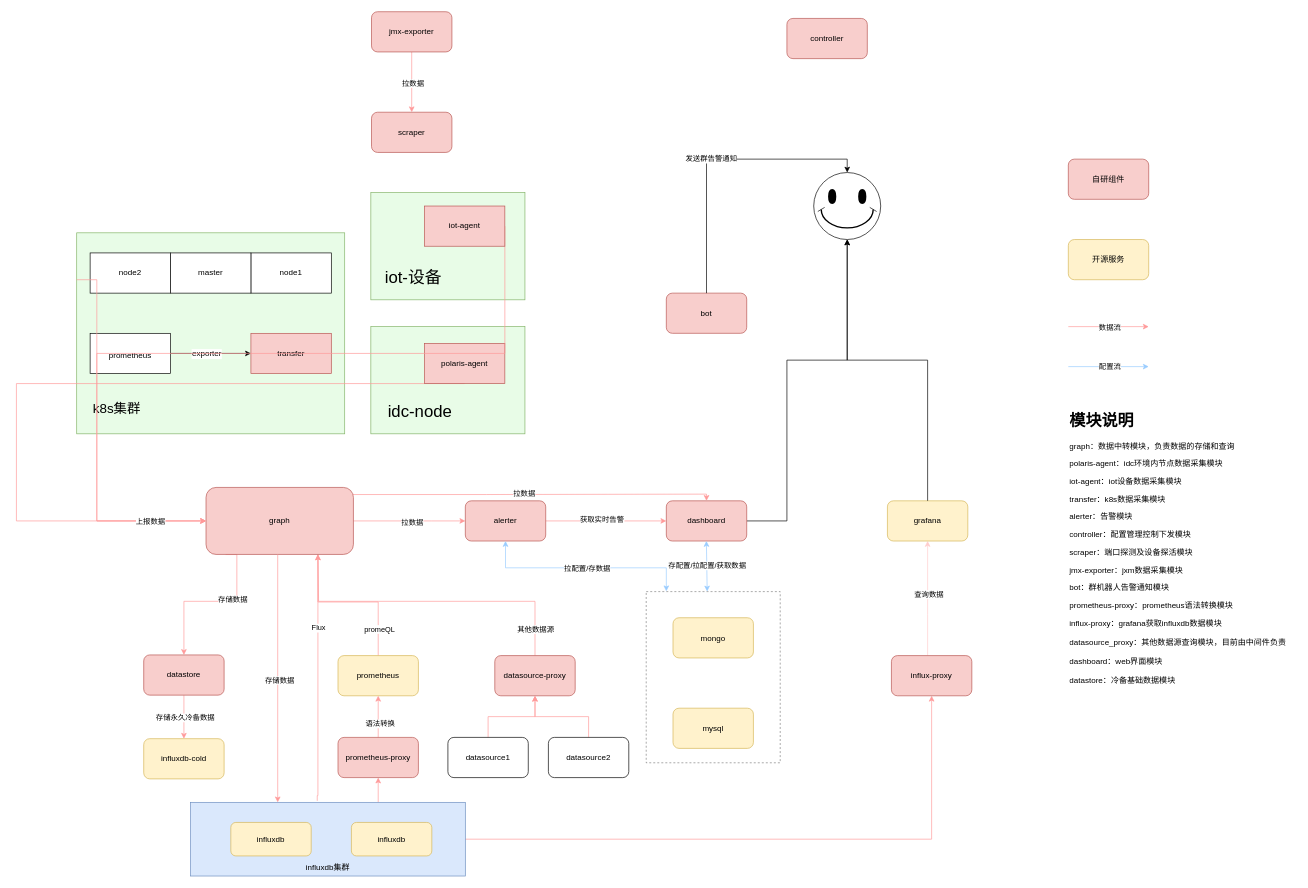
This is polaris框架.drawio from wupei-w/diagrams, a draw.io file, before an edit. Source tidied: cells renumbered, new cells numbered last; positions are measured from the earlier drawing's top-left corner, leaving out a move shared by most shapes. Both pictures are drawn from the tidied source at 67%, with x=0, y=0 at pixel (16, 11).
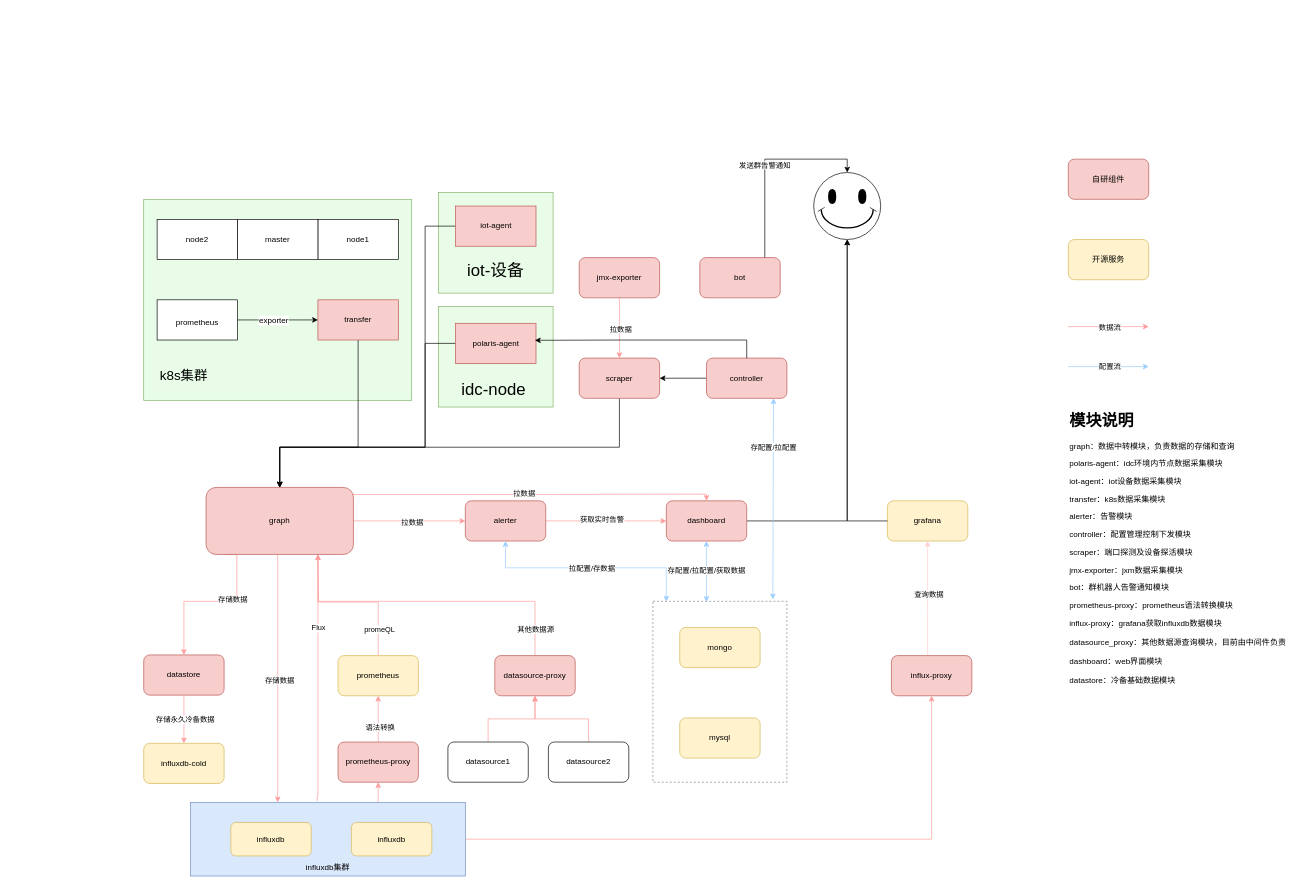
After the change.

Unchanged cells that the change refers to:
```xml
<mxCell id="10" value="dashboard" style="rounded=1;whiteSpace=wrap;html=1;fillColor=#f8cecc;strokeColor=#b85450;" parent="1" vertex="1">
  <mxGeometry x="970" y="730" width="120" height="60" as="geometry" />
</mxCell>
<mxCell id="19" value="graph" style="rounded=1;whiteSpace=wrap;html=1;fillColor=#f8cecc;strokeColor=#b85450;" parent="1" vertex="1">
  <mxGeometry x="283" y="710" width="220" height="100" as="geometry" />
</mxCell>
<mxCell id="39" value="grafana" style="rounded=1;whiteSpace=wrap;html=1;fillColor=#fff2cc;strokeColor=#d6b656;" parent="1" vertex="1">
  <mxGeometry x="1300" y="730" width="120" height="60" as="geometry" />
</mxCell>
<mxCell id="59" style="verticalLabelPosition=bottom;verticalAlign=top;html=1;shape=mxgraph.basic.smiley;" parent="1" vertex="1">
  <mxGeometry x="1190" y="240" width="100" height="100" as="geometry" />
</mxCell>
<mxCell id="83" value="alerter" style="rounded=1;whiteSpace=wrap;html=1;fillColor=#f8cecc;strokeColor=#b85450;" parent="1" vertex="1">
  <mxGeometry x="670" y="730" width="120" height="60" as="geometry" />
</mxCell>
```

Diff of the diagram source:
```diff
@@
+    <mxCell id="88" style="rounded=0;whiteSpace=wrap;html=1;direction=south;fillColor=#E8FCE7;strokeColor=#82b366;" parent="1" vertex="1">
+      <mxGeometry x="630" y="440" width="171" height="150" as="geometry" />
+    </mxCell>
     <mxCell id="2" style="html=1;dashed=1;whiteSpace=wrap;opacity=50;" parent="1" vertex="1">
-      <mxGeometry x="940" y="865.5" width="200" height="255.5" as="geometry" />
+      <mxGeometry x="950" y="880" width="200" height="270" as="geometry" />
     </mxCell>
     <mxCell id="3" style="rounded=0;whiteSpace=wrap;html=1;direction=south;fillColor=#E8FCE7;strokeColor=#82b366;" parent="1" vertex="1">
-      <mxGeometry x="529" y="270" width="230" height="160" as="geometry" />
+      <mxGeometry x="630" y="270" width="171" height="150" as="geometry" />
     </mxCell>
@@
     <mxCell id="9" style="edgeStyle=orthogonalEdgeStyle;rounded=0;jettySize=auto;html=1;" parent="1" edge="1" source="10" target="59">
       <mxGeometry relative="1" as="geometry">
         <Array as="points">
-          <mxPoint x="1150" y="760" />
-          <mxPoint x="1150" y="520" />
-          <mxPoint x="1240" y="520" />
+          <mxPoint x="1240" y="760" />
         </Array>
       </mxGeometry>
     </mxCell>
@@
     <mxCell id="25" value="prometheus-proxy" style="rounded=1;whiteSpace=wrap;html=1;fillColor=#f8cecc;strokeColor=#b85450;" parent="1" vertex="1">
-      <mxGeometry x="480" y="1083.1" width="120" height="60" as="geometry" />
+      <mxGeometry x="480" y="1090" width="120" height="60" as="geometry" />
     </mxCell>
@@
     <mxCell id="30" value="datasource1" style="rounded=1;whiteSpace=wrap;html=1;" parent="1" vertex="1">
-      <mxGeometry x="644" y="1083.1" width="120" height="60" as="geometry" />
+      <mxGeometry x="644" y="1090" width="120" height="60" as="geometry" />
     </mxCell>
@@
     <mxCell id="32" value="datasource2" style="rounded=1;whiteSpace=wrap;html=1;" parent="1" vertex="1">
-      <mxGeometry x="794" y="1083.1" width="120" height="60" as="geometry" />
+      <mxGeometry x="794" y="1090" width="120" height="60" as="geometry" />
     </mxCell>
@@
+    <mxCell id="89" style="edgeStyle=orthogonalEdgeStyle;rounded=0;jettySize=auto;html=1;entryX=0.5;entryY=0;entryDx=0;entryDy=0;" parent="1" edge="1" source="40" target="19">
+      <mxGeometry relative="1" as="geometry">
+        <Array as="points">
+          <mxPoint x="900" y="650" />
+          <mxPoint x="393" y="650" />
+        </Array>
+      </mxGeometry>
+    </mxCell>
     <mxCell id="40" value="scraper" style="rounded=1;whiteSpace=wrap;html=1;fillColor=#f8cecc;strokeColor=#b85450;" parent="1" vertex="1">
-      <mxGeometry x="530" y="150" width="120" height="60" as="geometry" />
+      <mxGeometry x="840" y="517" width="120" height="60" as="geometry" />
     </mxCell>
@@
     <mxCell id="43" value="jmx-exporter" style="rounded=1;whiteSpace=wrap;html=1;fillColor=#f8cecc;strokeColor=#b85450;" parent="1" vertex="1">
-      <mxGeometry x="530" width="120" height="60" as="geometry" />
+      <mxGeometry x="840" y="367" width="120" height="60" as="geometry" />
     </mxCell>
     <mxCell id="44" style="rounded=0;whiteSpace=wrap;html=1;direction=south;fillColor=#E8FCE7;strokeColor=#82b366;" parent="1" vertex="1">
-      <mxGeometry x="90" y="330" width="400" height="300" as="geometry" />
+      <mxGeometry x="190" y="280" width="400" height="300" as="geometry" />
     </mxCell>
     <mxCell id="45" value="node1" style="rounded=0;whiteSpace=wrap;html=1;" parent="1" vertex="1">
-      <mxGeometry x="350" y="360" width="120" height="60" as="geometry" />
+      <mxGeometry x="450" y="310" width="120" height="60" as="geometry" />
     </mxCell>
     <mxCell id="46" value="master" style="rounded=0;whiteSpace=wrap;html=1;" parent="1" vertex="1">
-      <mxGeometry x="230" y="360" width="120" height="60" as="geometry" />
+      <mxGeometry x="330" y="310" width="120" height="60" as="geometry" />
     </mxCell>
     <mxCell id="47" value="node2" style="rounded=0;whiteSpace=wrap;html=1;" parent="1" vertex="1">
-      <mxGeometry x="110" y="360" width="120" height="60" as="geometry" />
+      <mxGeometry x="210" y="310" width="120" height="60" as="geometry" />
     </mxCell>
     <mxCell id="48" value="&lt;font style=&quot;font-size: 20px;&quot;&gt;k8s集群&lt;/font&gt;" style="text;html=1;strokeColor=none;fillColor=none;align=center;verticalAlign=middle;whiteSpace=wrap;rounded=0;" parent="1" vertex="1">
-      <mxGeometry x="100" y="570" width="100" height="44" as="geometry" />
+      <mxGeometry x="200" y="520" width="100" height="44" as="geometry" />
     </mxCell>
     <mxCell id="49" value="&lt;font style=&quot;font-size: 12px;&quot;&gt;prometheus&lt;/font&gt;" style="rounded=0;whiteSpace=wrap;html=1;fontSize=20;" parent="1" vertex="1">
-      <mxGeometry x="110" y="480" width="120" height="60" as="geometry" />
+      <mxGeometry x="210" y="430" width="120" height="60" as="geometry" />
     </mxCell>
+    <mxCell id="90" style="edgeStyle=orthogonalEdgeStyle;rounded=0;jettySize=auto;html=1;" parent="1" edge="1" source="50" target="19">
+      <mxGeometry relative="1" as="geometry">
+        <Array as="points">
+          <mxPoint x="510" y="650" />
+          <mxPoint x="393" y="650" />
+        </Array>
+      </mxGeometry>
+    </mxCell>
     <mxCell id="50" value="transfer" style="rounded=0;whiteSpace=wrap;html=1;fillColor=#f8cecc;strokeColor=#b85450;" parent="1" vertex="1">
-      <mxGeometry x="350" y="480" width="120" height="60" as="geometry" />
+      <mxGeometry x="450" y="430" width="120" height="60" as="geometry" />
     </mxCell>
@@
     <mxCell id="53" value="mysql" style="rounded=1;whiteSpace=wrap;html=1;fillColor=#fff2cc;strokeColor=#d6b656;" parent="1" vertex="1">
-      <mxGeometry x="980" y="1039.5" width="120" height="60" as="geometry" />
+      <mxGeometry x="990" y="1054" width="120" height="60" as="geometry" />
     </mxCell>
     <mxCell id="54" value="mongo" style="rounded=1;whiteSpace=wrap;html=1;fillColor=#fff2cc;strokeColor=#d6b656;" parent="1" vertex="1">
-      <mxGeometry x="980" y="904.5" width="120" height="60" as="geometry" />
+      <mxGeometry x="990" y="919" width="120" height="60" as="geometry" />
     </mxCell>
-    <mxCell id="55" style="rounded=0;whiteSpace=wrap;html=1;direction=south;fillColor=#E8FCE7;strokeColor=#82b366;" parent="1" vertex="1">
-      <mxGeometry x="529" y="470" width="230" height="160" as="geometry" />
-    </mxCell>
     <mxCell id="56" value="&lt;font style=&quot;font-size: 25px;&quot;&gt;idc-node&lt;/font&gt;" style="text;strokeColor=none;align=center;fillColor=none;html=1;verticalAlign=middle;whiteSpace=wrap;rounded=0;" parent="1" vertex="1">
-      <mxGeometry x="546" y="580" width="113" height="30" as="geometry" />
+      <mxGeometry x="655.5" y="547" width="113" height="30" as="geometry" />
     </mxCell>
-    <mxCell id="57" style="edgeStyle=orthogonalEdgeStyle;rounded=0;jettySize=auto;html=1;strokeColor=#FF9999;exitX=0.5;exitY=1;exitDx=0;exitDy=0;entryX=0;entryY=0.5;entryDx=0;entryDy=0;" parent="1" edge="1" source="58" target="19">
+    <mxCell id="57" style="edgeStyle=orthogonalEdgeStyle;rounded=0;jettySize=auto;html=1;entryX=0.5;entryY=0;entryDx=0;entryDy=0;" parent="1" edge="1" source="58" target="19">
       <mxGeometry relative="1" as="geometry">
         <Array as="points">
-          <mxPoint y="760" />
+          <mxPoint x="610" y="495" />
+          <mxPoint x="610" y="650" />
+          <mxPoint x="393" y="650" />
         </Array>
       </mxGeometry>
     </mxCell>
     <mxCell id="58" value="polaris-agent" style="rounded=0;whiteSpace=wrap;html=1;fillColor=#f8cecc;strokeColor=#b85450;" parent="1" vertex="1">
-      <mxGeometry x="609" y="495" width="120" height="60" as="geometry" />
+      <mxGeometry x="655.5" y="465" width="120" height="60" as="geometry" />
     </mxCell>
@@
     <mxCell id="60" value="&lt;font style=&quot;font-size: 25px;&quot;&gt;iot-设备&lt;/font&gt;" style="text;strokeColor=none;align=center;fillColor=none;html=1;verticalAlign=middle;whiteSpace=wrap;rounded=0;" parent="1" vertex="1">
-      <mxGeometry x="546" y="380" width="93" height="30" as="geometry" />
+      <mxGeometry x="669" y="370" width="93" height="30" as="geometry" />
     </mxCell>
-    <mxCell id="61" style="edgeStyle=orthogonalEdgeStyle;rounded=0;jettySize=auto;html=1;entryX=0;entryY=0.5;entryDx=0;entryDy=0;strokeColor=#FF9999;exitX=1;exitY=0.5;exitDx=0;exitDy=0;" parent="1" edge="1" source="62" target="19">
+    <mxCell id="61" style="edgeStyle=orthogonalEdgeStyle;rounded=0;jettySize=auto;html=1;entryX=0.5;entryY=0;entryDx=0;entryDy=0;" parent="1" edge="1" source="62" target="19">
       <mxGeometry relative="1" as="geometry">
         <Array as="points">
-          <mxPoint x="120" y="510" />
-          <mxPoint x="120" y="760" />
+          <mxPoint x="610" y="320" />
+          <mxPoint x="610" y="650" />
+          <mxPoint x="393" y="650" />
         </Array>
       </mxGeometry>
     </mxCell>
     <mxCell id="62" value="iot-agent" style="rounded=0;whiteSpace=wrap;html=1;fillColor=#f8cecc;strokeColor=#b85450;" parent="1" vertex="1">
-      <mxGeometry x="609" y="290" width="120" height="60" as="geometry" />
+      <mxGeometry x="655.5" y="290" width="120" height="60" as="geometry" />
     </mxCell>
-    <mxCell id="63" style="edgeStyle=orthogonalEdgeStyle;rounded=0;jettySize=auto;html=1;strokeColor=#FF9999;" parent="1" edge="1" target="19">
-      <mxGeometry relative="1" as="geometry">
-        <mxPoint x="90" y="400" as="sourcePoint" />
-        <Array as="points">
-          <mxPoint x="120" y="400" />
-          <mxPoint x="120" y="760" />
-        </Array>
-      </mxGeometry>
-    </mxCell>
-    <mxCell id="64" value="上报数据" style="edgeLabel;html=1;align=center;verticalAlign=middle;" parent="63" vertex="1">
-      <mxGeometry x="0.77" relative="1" as="geometry">
-        <mxPoint x="-20" as="offset" />
-      </mxGeometry>
-    </mxCell>
+    <mxCell id="91" style="edgeStyle=orthogonalEdgeStyle;rounded=0;jettySize=auto;html=1;" parent="1" edge="1" source="65" target="40">
+      <mxGeometry relative="1" as="geometry" />
+    </mxCell>
     <mxCell id="65" value="controller" style="rounded=1;whiteSpace=wrap;html=1;fillColor=#f8cecc;strokeColor=#b85450;" parent="1" vertex="1">
-      <mxGeometry x="1150" y="10" width="120" height="60" as="geometry" />
+      <mxGeometry x="1030" y="517" width="120" height="60" as="geometry" />
     </mxCell>
     <mxCell id="66" style="edgeStyle=orthogonalEdgeStyle;rounded=0;jettySize=auto;html=1;entryX=0.5;entryY=1;entryDx=0;entryDy=0;entryPerimeter=0;" parent="1" edge="1" source="39" target="59">
       <mxGeometry relative="1" as="geometry">
         <Array as="points">
-          <mxPoint x="1360" y="520" />
-          <mxPoint x="1240" y="520" />
+          <mxPoint x="1240" y="760" />
         </Array>
       </mxGeometry>
     </mxCell>
@@
     <mxCell id="73" value="influxdb-cold" style="rounded=1;whiteSpace=wrap;html=1;fillColor=#fff2cc;strokeColor=#d6b656;" parent="1" vertex="1">
-      <mxGeometry x="190" y="1085" width="120" height="60" as="geometry" />
+      <mxGeometry x="190" y="1091.9" width="120" height="60" as="geometry" />
     </mxCell>
@@
     <mxCell id="79" value="bot" style="rounded=1;whiteSpace=wrap;html=1;fillColor=#f8cecc;strokeColor=#b85450;" parent="1" vertex="1">
-      <mxGeometry x="970" y="420" width="120" height="60" as="geometry" />
+      <mxGeometry x="1020" y="367" width="120" height="60" as="geometry" />
     </mxCell>
     <mxCell id="80" style="edgeStyle=orthogonalEdgeStyle;rounded=0;jettySize=auto;html=1;entryX=0.5;entryY=0;entryDx=0;entryDy=0;entryPerimeter=0;" parent="1" edge="1" source="79" target="59">
       <mxGeometry relative="1" as="geometry">
         <Array as="points">
-          <mxPoint x="1030" y="220" />
+          <mxPoint x="1117" y="220" />
           <mxPoint x="1240" y="220" />
         </Array>
       </mxGeometry>
     </mxCell>
@@
-    <mxCell id="84" style="endArrow=classic;startArrow=classic;html=1;rounded=0;exitX=0.5;exitY=1;exitDx=0;exitDy=0;strokeColor=#99CCFF;" parent="1" edge="1" source="83">
+    <mxCell id="84" style="endArrow=classic;startArrow=classic;html=1;rounded=0;exitX=0.5;exitY=1;exitDx=0;exitDy=0;strokeColor=#99CCFF;entryX=0.1;entryY=0.001;entryDx=0;entryDy=0;entryPerimeter=0;" parent="1" edge="1" source="83" target="2">
       <mxGeometry relative="1" as="geometry">
-        <mxPoint x="970" y="865" as="targetPoint" />
         <Array as="points">
           <mxPoint x="730" y="830" />
           <mxPoint x="970" y="830" />
         </Array>
       </mxGeometry>
     </mxCell>
@@
-    <mxCell id="86" style="endArrow=classic;startArrow=classic;html=1;rounded=0;exitX=0.455;exitY=-0.001;exitDx=0;exitDy=0;exitPerimeter=0;strokeColor=#99CCFF;" parent="1" edge="1" source="2">
+    <mxCell id="86" style="endArrow=classic;startArrow=classic;html=1;rounded=0;exitX=0.4;exitY=0.003;exitDx=0;exitDy=0;exitPerimeter=0;strokeColor=#99CCFF;" parent="1" edge="1" source="2">
       <mxGeometry relative="1" as="geometry">
         <mxPoint x="1029.8" y="790" as="targetPoint" />
       </mxGeometry>
     </mxCell>
@@
+    <mxCell id="92" style="edgeStyle=orthogonalEdgeStyle;rounded=0;jettySize=auto;html=1;entryX=0.987;entryY=0.424;entryDx=0;entryDy=0;entryPerimeter=0;" parent="1" edge="1" source="65" target="58">
+      <mxGeometry relative="1" as="geometry">
+        <Array as="points">
+          <mxPoint x="1090" y="490" />
+          <mxPoint x="903" y="490" />
+        </Array>
+      </mxGeometry>
+    </mxCell>
+    <mxCell id="93" style="endArrow=classic;startArrow=classic;html=1;rounded=0;exitX=0.895;exitY=-0.011;exitDx=0;exitDy=0;exitPerimeter=0;strokeColor=#99CCFF;" parent="1" edge="1" source="2">
+      <mxGeometry relative="1" as="geometry">
+        <mxPoint x="1130" y="577" as="targetPoint" />
+      </mxGeometry>
+    </mxCell>
+    <mxCell id="94" value="存配置/拉配置" style="edgeLabel;html=1;align=center;verticalAlign=middle;" parent="93" vertex="1">
+      <mxGeometry x="0.52" relative="1" as="geometry" />
+    </mxCell>
```
